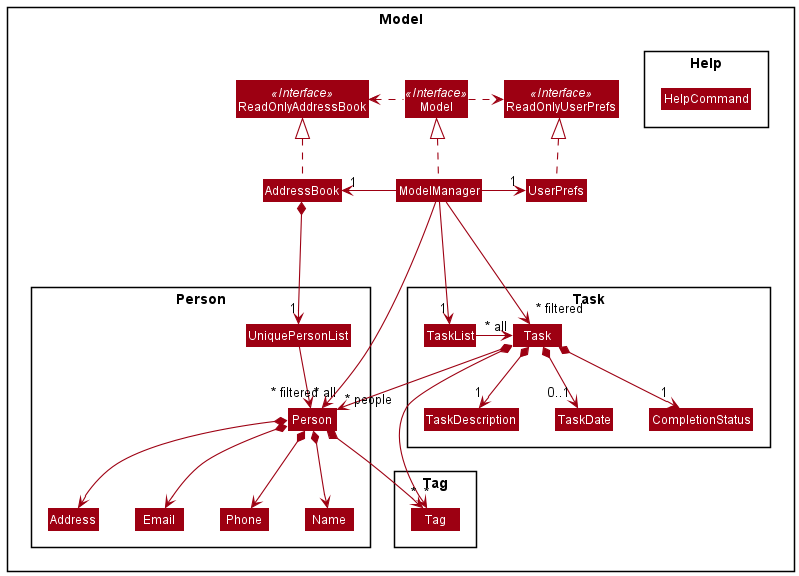
The PlantUML diagram docs/diagrams/ModelClassDiagram.png in nus-cs2103-AY2122S1/tp, before a commit.
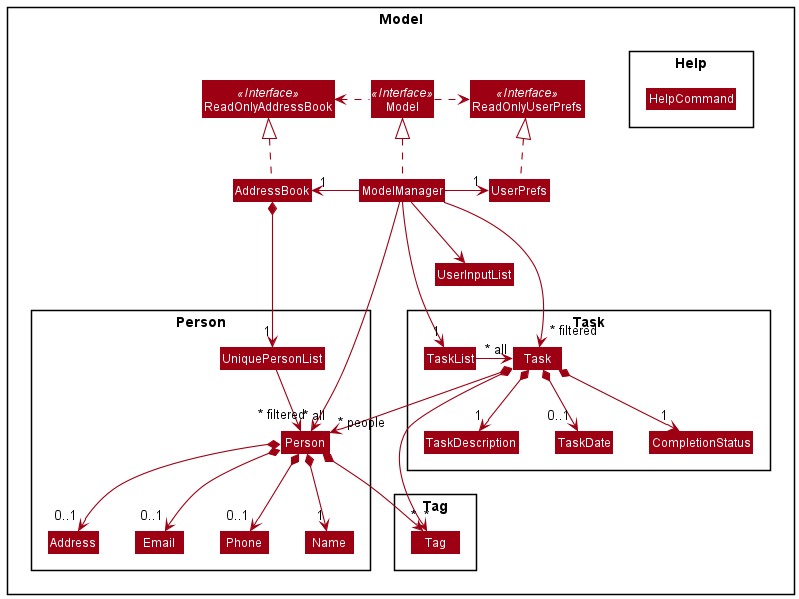
The same file after the commit.

Commit message:
Update Model class diagram

The edit, as a diff of the source:
```diff
@@ -14,6 +14,7 @@
 Class ModelManager
 Class UserPrefs
 Class ReadOnlyUserPrefs
+Class UserInputList
 
 package Person {
 Class UniquePersonList
@@ -58,13 +59,14 @@
 ModelManager ->"1" TaskList
 ModelManager -right-> "1" UserPrefs
 UserPrefs .up.|> ReadOnlyUserPrefs
+ModelManager --> UserInputList
 
 AddressBook *--> "1" UniquePersonList
 UniquePersonList --> "~* all" Person
-Person *-> Name
-Person *-> Phone
-Person *-> Email
-Person *--> Address
+Person *-> "1" Name
+Person *-> "0..1" Phone
+Person *-> "0..1" Email
+Person *--> "0..1" Address
 Person *-> "*" Tag
 
 TaskDescription -[hidden]down-> Tag
```
